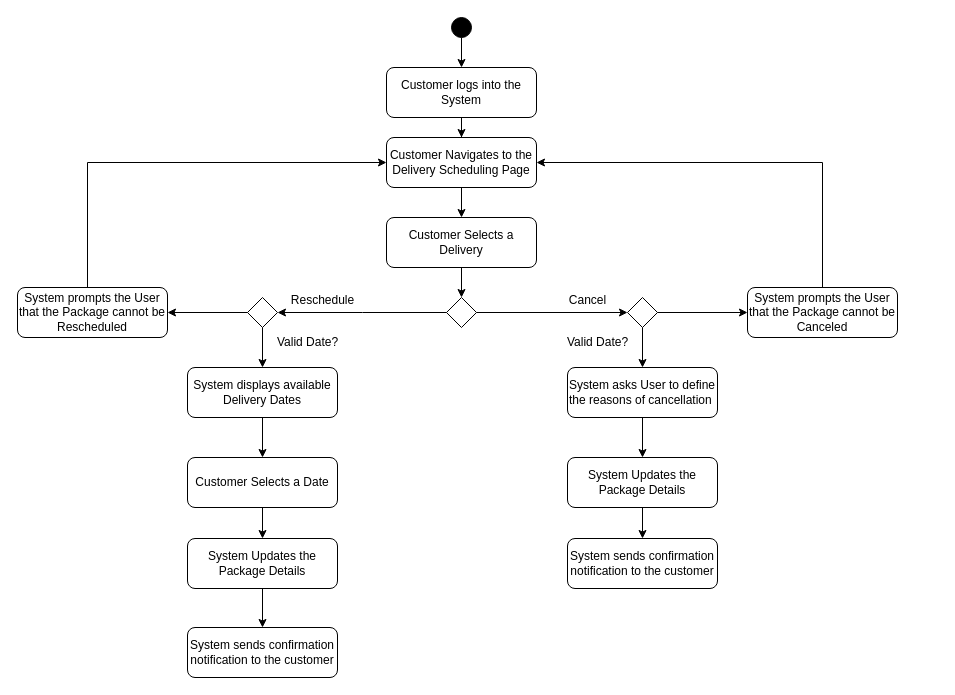
IamSaqibJaved/Diagrams keeps this draw.io diagram as page "Page-1" (1 of 4) of UC-2(Activity Diagram).drawio. Above is the earlier version. Source tidied: cells renumbered, new cells numbered last; positions are measured from the earlier drawing's top-left corner, leaving out a move shared by most shapes. Both pictures are drawn from the tidied source at 100%, with x=0, y=0 at pixel (17, 17).
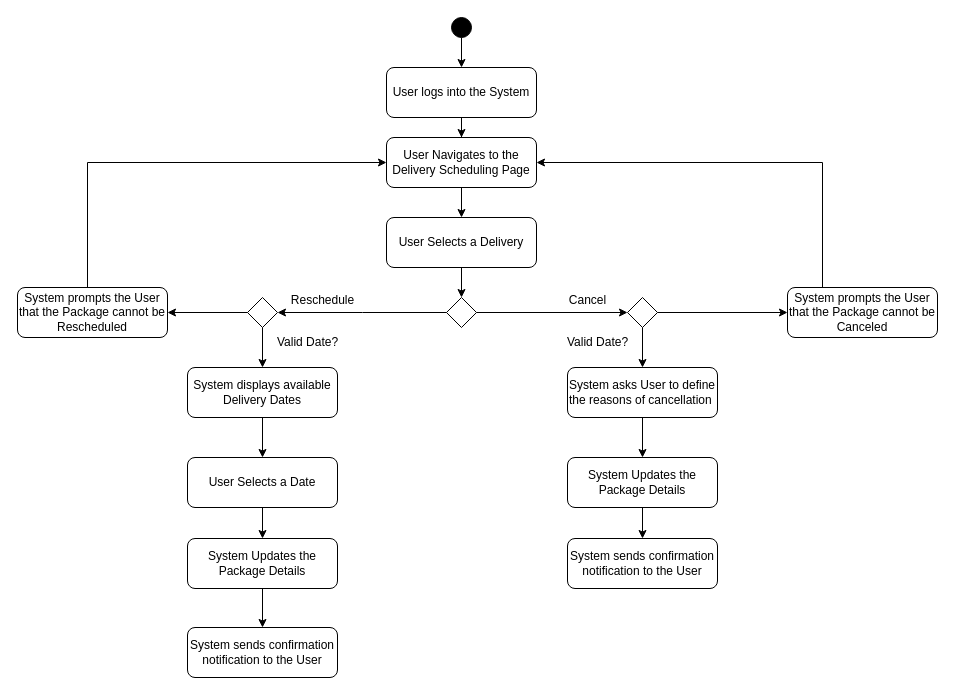
After the change.

Change to the diagram source:
```diff
@@
-    <mxCell id="5" value="Customer logs into the System" style="rounded=1;whiteSpace=wrap;html=1;fillColor=none;" parent="1" vertex="1">
+    <mxCell id="5" value="User logs into the System" style="rounded=1;whiteSpace=wrap;html=1;fillColor=none;" parent="1" vertex="1">
       <mxGeometry x="369" y="50" width="150" height="50" as="geometry" />
     </mxCell>
@@
-    <mxCell id="7" value="Customer Navigates to the Delivery Scheduling Page" style="rounded=1;whiteSpace=wrap;html=1;fillColor=none;" parent="1" vertex="1">
+    <mxCell id="7" value="User Navigates to the Delivery Scheduling Page" style="rounded=1;whiteSpace=wrap;html=1;fillColor=none;" parent="1" vertex="1">
       <mxGeometry x="369" y="120" width="150" height="50" as="geometry" />
     </mxCell>
@@
-    <mxCell id="9" value="Customer Selects a Delivery" style="rounded=1;whiteSpace=wrap;html=1;fillColor=none;" parent="1" vertex="1">
+    <mxCell id="9" value="User Selects a Delivery" style="rounded=1;whiteSpace=wrap;html=1;fillColor=none;" parent="1" vertex="1">
       <mxGeometry x="369" y="200" width="150" height="50" as="geometry" />
     </mxCell>
@@
-    <mxCell id="21" value="Customer Selects a Date" style="rounded=1;whiteSpace=wrap;html=1;fillColor=none;" parent="1" vertex="1">
+    <mxCell id="21" value="User Selects a Date" style="rounded=1;whiteSpace=wrap;html=1;fillColor=none;" parent="1" vertex="1">
       <mxGeometry x="170" y="440" width="150" height="50" as="geometry" />
     </mxCell>
@@
-    <mxCell id="24" value="System sends confirmation notification to the customer" style="rounded=1;whiteSpace=wrap;html=1;fillColor=none;" parent="1" vertex="1">
+    <mxCell id="24" value="System sends confirmation notification to the User" style="rounded=1;whiteSpace=wrap;html=1;fillColor=none;" parent="1" vertex="1">
       <mxGeometry x="170" y="610" width="150" height="50" as="geometry" />
     </mxCell>
@@
-    <mxCell id="34" value="System sends confirmation notification to the customer" style="rounded=1;whiteSpace=wrap;html=1;fillColor=none;" parent="1" vertex="1">
+    <mxCell id="34" value="System sends confirmation notification to the User" style="rounded=1;whiteSpace=wrap;html=1;fillColor=none;" parent="1" vertex="1">
       <mxGeometry x="550" y="521" width="150" height="50" as="geometry" />
     </mxCell>
@@
     <mxCell id="36" value="System prompts the User that the Package cannot be Canceled" style="rounded=1;whiteSpace=wrap;html=1;fillColor=none;" parent="1" vertex="1">
-      <mxGeometry x="730" y="270" width="150" height="50" as="geometry" />
+      <mxGeometry x="770" y="270" width="150" height="50" as="geometry" />
     </mxCell>
```
